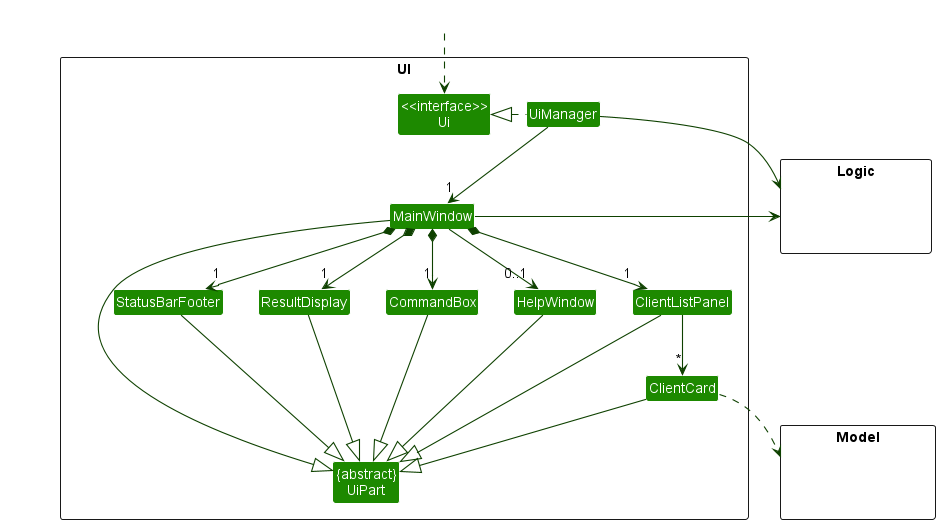
The PlantUML diagram docs/images/UiClassDiagram.png in nus-cs2103-AY2223S1/tp, before a commit.
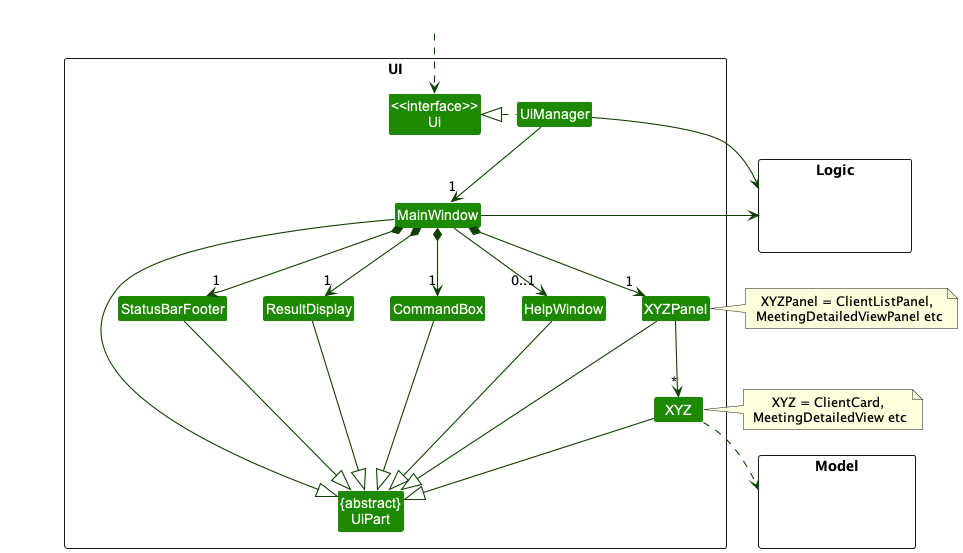
The same file after the commit.

The edit, as a diff of the source:
```diff
@@ -11,8 +11,8 @@
 Class MainWindow
 Class HelpWindow
 Class ResultDisplay
-Class ClientListPanel
-Class ClientCard
+Class XYZPanel
+Class XYZ
 Class StatusBarFooter
 Class CommandBox
 }
@@ -32,29 +32,32 @@
 UiManager -down-> "1" MainWindow
 MainWindow *-down->  "1" CommandBox
 MainWindow *-down-> "1" ResultDisplay
-MainWindow *-down-> "1" ClientListPanel
+MainWindow *-down-> "1" XYZPanel
 MainWindow *-down-> "1" StatusBarFooter
 MainWindow --> "0..1" HelpWindow
 
-ClientListPanel -down-> "*" ClientCard
+XYZPanel -down-> "*" XYZ
 
 MainWindow -left-|> UiPart
 
 ResultDisplay --|> UiPart
 CommandBox --|> UiPart
-ClientListPanel --|> UiPart
-ClientCard --|> UiPart
+XYZPanel --|> UiPart
+XYZ --|> UiPart
 StatusBarFooter --|> UiPart
 HelpWindow --|> UiPart
 
-ClientCard ..> Model
+XYZ ..> Model
 UiManager -right-> Logic
 MainWindow -left-> Logic
 
-ClientListPanel -[hidden]left- HelpWindow
+XYZPanel -[hidden]left- HelpWindow
 HelpWindow -[hidden]left- CommandBox
 CommandBox -[hidden]left- ResultDisplay
 ResultDisplay -[hidden]left- StatusBarFooter
 
 MainWindow -[hidden]-|> UiPart
+
+note right of XYZPanel: XYZPanel = ClientListPanel,\n MeetingDetailedViewPanel etc
+note right of XYZ: XYZ = ClientCard,\n MeetingDetailedView etc
 @enduml
```
